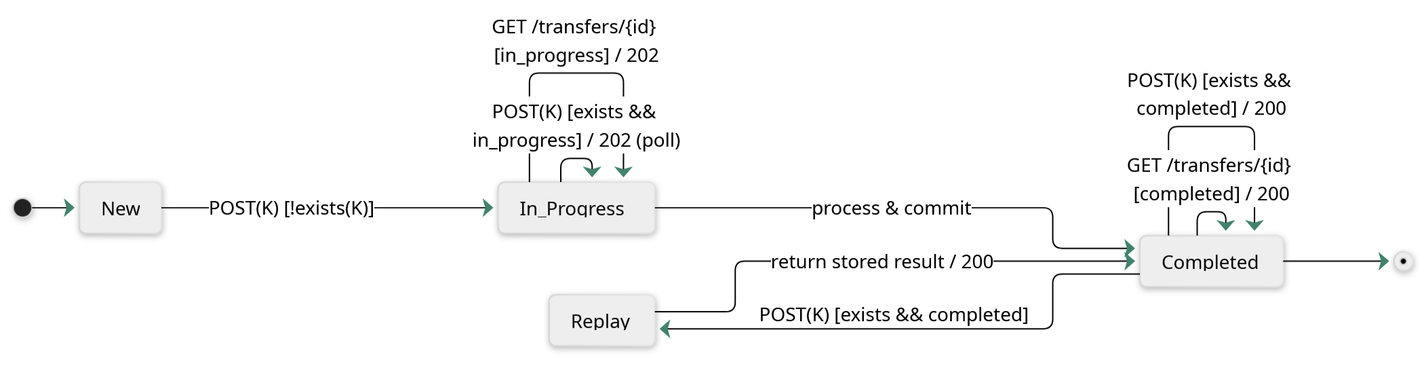
Earlier version of the Mermaid export docs/figures/fig05_idempotency_sm.png (punchamoorthee/ledgerops). Its source is kept beside it as docs/figures/src/fig05_idempotency_sm.mmd. Its diagram source:
```mermaid
%%{init: {"theme":"neutral","themeVariables":{
  "fontFamily":"Inter, ui-sans-serif, system-ui, -apple-system, Segoe UI, Roboto",
  "primaryColor":"#40826D","primaryBorderColor":"#40826D","primaryTextColor":"#0a0a0a",
  "lineColor":"#40826D","tertiaryColor":"#ffffff"}}}%%
stateDiagram-v2
  direction LR

  [*] --> New
  New --> In_Progress: POST(K) [!exists(K)]

  In_Progress --> In_Progress: POST(K) [exists && in_progress] / 202 (poll)
  In_Progress --> In_Progress: GET /transfers/{id} [in_progress] / 202
  In_Progress --> Completed: process & commit

  state "Replay" as Replay
  Completed --> Replay: POST(K) [exists && completed]
  Replay --> Completed: return stored result / 200

  Completed --> Completed: GET /transfers/{id} [completed] / 200
  Completed --> Completed: POST(K) [exists && completed] / 200
  Completed --> [*]
```
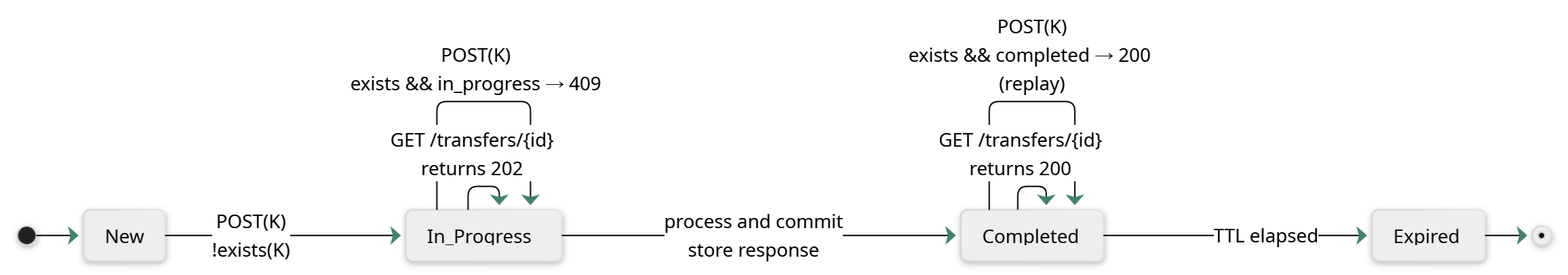
After the commit.

The edit, as a diff of the source:
```diff
@@ -6,16 +6,11 @@
   direction LR
 
   [*] --> New
-  New --> In_Progress: POST(K) [!exists(K)]
-
-  In_Progress --> In_Progress: POST(K) [exists && in_progress] / 202 (poll)
-  In_Progress --> In_Progress: GET /transfers/{id} [in_progress] / 202
-  In_Progress --> Completed: process & commit
-
-  state "Replay" as Replay
-  Completed --> Replay: POST(K) [exists && completed]
-  Replay --> Completed: return stored result / 200
-
-  Completed --> Completed: GET /transfers/{id} [completed] / 200
-  Completed --> Completed: POST(K) [exists && completed] / 200
-  Completed --> [*]
+  New --> In_Progress: POST(K)<br/>!exists(K)
+  In_Progress --> In_Progress: GET /transfers/{id}<br/>returns 202
+  In_Progress --> Completed: process and commit<br/>store response
+  In_Progress --> In_Progress: POST(K)<br/>exists && in_progress → 409
+  Completed --> Completed: GET /transfers/{id}<br/>returns 200
+  Completed --> Completed: POST(K)<br/>exists && completed → 200 (replay)
+  Completed --> Expired: TTL elapsed
+  Expired --> [*]
```
